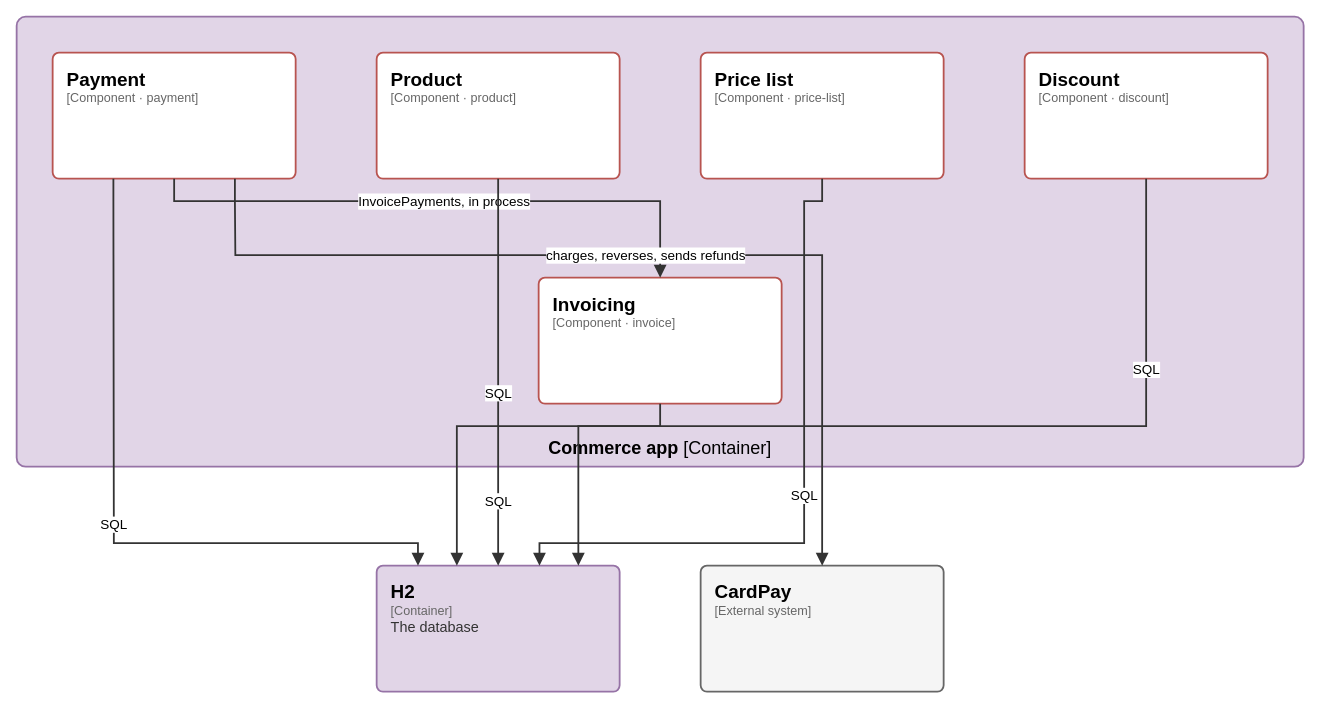
The draw.io diagram page "C4 3 - Components of Commerce app" (3 of 7) of docs/architecture/c4.drawio in elie29/partition-commerce, before the edit. Source tidied: cells renumbered, new cells numbered last; positions are measured from the earlier drawing's top-left corner, leaving out a move shared by most shapes. Both pictures are drawn from the tidied source at 90%, with x=0, y=0 at pixel (16, 16).
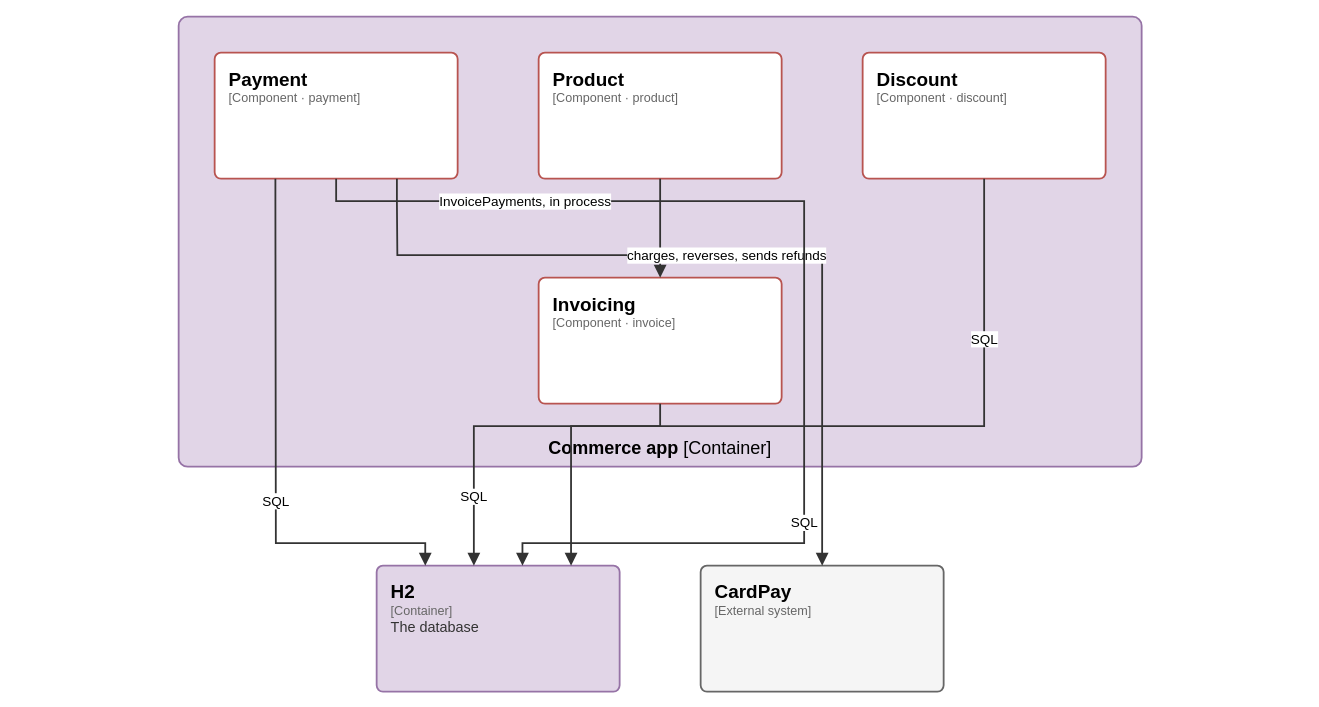
The same page after the edit.

Unchanged cells that the change refers to:
```xml
<mxCell id="3" value="&lt;span style=&quot;font-size:21px;font-weight:600;color:#000000&quot;&gt;Invoicing&lt;/span&gt;&lt;br&gt;&lt;span style=&quot;font-family:IBM Plex Mono;font-size:14px;color:#666666&quot;&gt;[Component · invoice]&lt;/span&gt;" style="rounded=1;absoluteArcSize=1;arcSize=14;html=1;whiteSpace=wrap;fillColor=#ffffff;strokeColor=#b85450;strokeWidth=2;fontFamily=IBM Plex Sans;align=left;verticalAlign=top;spacingLeft=14;spacingRight=10;spacingTop=10;partition=NwpGBdmDzl;" parent="1" vertex="1">
  <mxGeometry x="580" y="290" width="270" height="140" as="geometry" />
</mxCell>
<mxCell id="8" value="&lt;span style=&quot;font-size:21px;font-weight:600;color:#000000&quot;&gt;H2&lt;/span&gt;&lt;br&gt;&lt;span style=&quot;font-family:IBM Plex Mono;font-size:14px;color:#666666&quot;&gt;[Container]&lt;/span&gt;&lt;br&gt;&lt;span style=&quot;font-size:16px;color:#333333;line-height:1.3&quot;&gt;The database&lt;/span&gt;" style="rounded=1;absoluteArcSize=1;arcSize=14;html=1;whiteSpace=wrap;fillColor=#e1d5e7;strokeColor=#9673a6;strokeWidth=2;fontFamily=IBM Plex Sans;align=left;verticalAlign=top;spacingLeft=14;spacingRight=10;spacingTop=10;partition=VhqOdWhMpS;" parent="1" vertex="1">
  <mxGeometry x="400" y="610" width="270" height="140" as="geometry" />
</mxCell>
<mxCell id="9" value="&lt;span style=&quot;font-size:21px;font-weight:600;color:#000000&quot;&gt;CardPay&lt;/span&gt;&lt;br&gt;&lt;span style=&quot;font-family:IBM Plex Mono;font-size:14px;color:#666666&quot;&gt;[External system]&lt;/span&gt;" style="rounded=1;absoluteArcSize=1;arcSize=14;html=1;whiteSpace=wrap;fillColor=#f5f5f5;strokeColor=#666666;strokeWidth=2;fontFamily=IBM Plex Sans;align=left;verticalAlign=top;spacingLeft=14;spacingRight=10;spacingTop=10;partition=R1m1i5lw6r;" parent="1" vertex="1">
  <mxGeometry x="760" y="610" width="270" height="140" as="geometry" />
</mxCell>
```

The edit, as a diff of the source:
```diff
@@
-    <mxCell id="2" value="&lt;b&gt;Commerce app&lt;/b&gt; [Container]" style="rounded=1;absoluteArcSize=1;arcSize=20;html=1;whiteSpace=wrap;fillColor=#e1d5e7;strokeColor=#9673a6;strokeWidth=2;fontFamily=IBM Plex Sans;fontSize=20;verticalAlign=bottom;spacingTop=6;spacingBottom=6;partition=LOdSa2wpjQ;" parent="1" vertex="1">
-      <mxGeometry width="1430" height="500" as="geometry" />
+    <mxCell id="2" value="&lt;b&gt;Commerce app&lt;/b&gt; [Container]" style="rounded=1;absoluteArcSize=1;arcSize=20;html=1;whiteSpace=wrap;fillColor=#e1d5e7;strokeColor=#9673a6;strokeWidth=2;fontFamily=IBM Plex Sans;fontSize=20;verticalAlign=bottom;spacingTop=6;spacingBottom=6;partition=-vGjSmE00T;" parent="1" vertex="1">
+      <mxGeometry x="180" width="1070" height="500" as="geometry" />
     </mxCell>
@@
-    <mxCell id="4" value="&lt;span style=&quot;font-size:21px;font-weight:600;color:#000000&quot;&gt;Payment&lt;/span&gt;&lt;br&gt;&lt;span style=&quot;font-family:IBM Plex Mono;font-size:14px;color:#666666&quot;&gt;[Component · payment]&lt;/span&gt;" style="rounded=1;absoluteArcSize=1;arcSize=14;html=1;whiteSpace=wrap;fillColor=#ffffff;strokeColor=#b85450;strokeWidth=2;fontFamily=IBM Plex Sans;align=left;verticalAlign=top;spacingLeft=14;spacingRight=10;spacingTop=10;partition=IH7OPQwwv5;" parent="1" vertex="1">
-      <mxGeometry x="40" y="40" width="270" height="140" as="geometry" />
+    <mxCell id="4" value="&lt;span style=&quot;font-size:21px;font-weight:600;color:#000000&quot;&gt;Payment&lt;/span&gt;&lt;br&gt;&lt;span style=&quot;font-family:IBM Plex Mono;font-size:14px;color:#666666&quot;&gt;[Component · payment]&lt;/span&gt;" style="rounded=1;absoluteArcSize=1;arcSize=14;html=1;whiteSpace=wrap;fillColor=#ffffff;strokeColor=#b85450;strokeWidth=2;fontFamily=IBM Plex Sans;align=left;verticalAlign=top;spacingLeft=14;spacingRight=10;spacingTop=10;partition=MpiWCou8A7;" parent="1" vertex="1">
+      <mxGeometry x="220" y="40" width="270" height="140" as="geometry" />
     </mxCell>
-    <mxCell id="5" value="&lt;span style=&quot;font-size:21px;font-weight:600;color:#000000&quot;&gt;Product&lt;/span&gt;&lt;br&gt;&lt;span style=&quot;font-family:IBM Plex Mono;font-size:14px;color:#666666&quot;&gt;[Component · product]&lt;/span&gt;" style="rounded=1;absoluteArcSize=1;arcSize=14;html=1;whiteSpace=wrap;fillColor=#ffffff;strokeColor=#b85450;strokeWidth=2;fontFamily=IBM Plex Sans;align=left;verticalAlign=top;spacingLeft=14;spacingRight=10;spacingTop=10;partition=OoiQrNIVBC;" parent="1" vertex="1">
-      <mxGeometry x="400" y="40" width="270" height="140" as="geometry" />
+    <mxCell id="5" value="&lt;span style=&quot;font-size:21px;font-weight:600;color:#000000&quot;&gt;Product&lt;/span&gt;&lt;br&gt;&lt;span style=&quot;font-family:IBM Plex Mono;font-size:14px;color:#666666&quot;&gt;[Component · product]&lt;/span&gt;" style="rounded=1;absoluteArcSize=1;arcSize=14;html=1;whiteSpace=wrap;fillColor=#ffffff;strokeColor=#b85450;strokeWidth=2;fontFamily=IBM Plex Sans;align=left;verticalAlign=top;spacingLeft=14;spacingRight=10;spacingTop=10;partition=rwtB4VHL-5;" parent="1" vertex="1">
+      <mxGeometry x="580" y="40" width="270" height="140" as="geometry" />
     </mxCell>
-    <mxCell id="6" value="&lt;span style=&quot;font-size:21px;font-weight:600;color:#000000&quot;&gt;Price list&lt;/span&gt;&lt;br&gt;&lt;span style=&quot;font-family:IBM Plex Mono;font-size:14px;color:#666666&quot;&gt;[Component · price-list]&lt;/span&gt;" style="rounded=1;absoluteArcSize=1;arcSize=14;html=1;whiteSpace=wrap;fillColor=#ffffff;strokeColor=#b85450;strokeWidth=2;fontFamily=IBM Plex Sans;align=left;verticalAlign=top;spacingLeft=14;spacingRight=10;spacingTop=10;partition=eIuSdzb2dt;" parent="1" vertex="1">
-      <mxGeometry x="760" y="40" width="270" height="140" as="geometry" />
-    </mxCell>
-    <mxCell id="7" value="&lt;span style=&quot;font-size:21px;font-weight:600;color:#000000&quot;&gt;Discount&lt;/span&gt;&lt;br&gt;&lt;span style=&quot;font-family:IBM Plex Mono;font-size:14px;color:#666666&quot;&gt;[Component · discount]&lt;/span&gt;" style="rounded=1;absoluteArcSize=1;arcSize=14;html=1;whiteSpace=wrap;fillColor=#ffffff;strokeColor=#b85450;strokeWidth=2;fontFamily=IBM Plex Sans;align=left;verticalAlign=top;spacingLeft=14;spacingRight=10;spacingTop=10;partition=mqWQE0lV24;" parent="1" vertex="1">
-      <mxGeometry x="1120" y="40" width="270" height="140" as="geometry" />
+    <mxCell id="7" value="&lt;span style=&quot;font-size:21px;font-weight:600;color:#000000&quot;&gt;Discount&lt;/span&gt;&lt;br&gt;&lt;span style=&quot;font-family:IBM Plex Mono;font-size:14px;color:#666666&quot;&gt;[Component · discount]&lt;/span&gt;" style="rounded=1;absoluteArcSize=1;arcSize=14;html=1;whiteSpace=wrap;fillColor=#ffffff;strokeColor=#b85450;strokeWidth=2;fontFamily=IBM Plex Sans;align=left;verticalAlign=top;spacingLeft=14;spacingRight=10;spacingTop=10;partition=0IPpTdDtHd;" parent="1" vertex="1">
+      <mxGeometry x="940" y="40" width="270" height="140" as="geometry" />
     </mxCell>
@@
-    <mxCell id="10" value="SQL" style="edgeStyle=orthogonalEdgeStyle;rounded=0;html=1;endArrow=block;endFill=1;endSize=9;strokeColor=#333333;strokeWidth=2;fontFamily=IBM Plex Sans;fontSize=15;fontColor=#000000;labelBackgroundColor=#FFFFFF;spacing=3;exitX=0.5;exitY=1;exitPerimeter=0;entryX=0.5;entryY=0;entryPerimeter=0;partition=GqR2JiRpH3;" parent="1" edge="1" source="3" target="8">
+    <mxCell id="10" value="SQL" style="edgeStyle=orthogonalEdgeStyle;rounded=0;html=1;endArrow=block;endFill=1;endSize=9;strokeColor=#333333;strokeWidth=2;fontFamily=IBM Plex Sans;fontSize=15;fontColor=#000000;labelBackgroundColor=#FFFFFF;spacing=3;exitX=0.5;exitY=1;exitPerimeter=0;entryX=0.4;entryY=0;entryPerimeter=0;partition=IwNhcftJD9;" parent="1" edge="1" source="3" target="8">
       <mxGeometry x="0.6" relative="1" as="geometry">
         <Array as="points">
           <mxPoint x="715" y="455" />
-          <mxPoint x="535" y="455" />
-          <mxPoint x="535" y="585" />
+          <mxPoint x="508" y="455" />
+          <mxPoint x="508" y="585" />
         </Array>
       </mxGeometry>
     </mxCell>
-    <mxCell id="11" value="InvoicePayments, in process" style="edgeStyle=orthogonalEdgeStyle;rounded=0;html=1;endArrow=block;endFill=1;endSize=9;strokeColor=#333333;strokeWidth=2;fontFamily=IBM Plex Sans;fontSize=15;fontColor=#000000;labelBackgroundColor=#FFFFFF;spacing=3;exitX=0.5;exitY=1;exitPerimeter=0;entryX=0.5;entryY=0;entryPerimeter=0;partition=aQoypFTvJU;" parent="1" edge="1" source="4" target="3">
+    <mxCell id="11" value="InvoicePayments, in process" style="edgeStyle=orthogonalEdgeStyle;rounded=0;html=1;endArrow=block;endFill=1;endSize=9;strokeColor=#333333;strokeWidth=2;fontFamily=IBM Plex Sans;fontSize=15;fontColor=#000000;labelBackgroundColor=#FFFFFF;spacing=3;exitX=0.5;exitY=1;exitPerimeter=0;entryX=0.5;entryY=0;entryPerimeter=0;partition=rWhKiRoJzm;" parent="1" edge="1" source="4" target="3">
       <mxGeometry relative="1" as="geometry">
         <Array as="points">
-          <mxPoint x="175" y="205" />
+          <mxPoint x="355" y="205" />
           <mxPoint x="715" y="205" />
           <mxPoint x="715" y="265" />
         </Array>
       </mxGeometry>
     </mxCell>
-    <mxCell id="12" value="SQL" style="edgeStyle=orthogonalEdgeStyle;rounded=0;html=1;endArrow=block;endFill=1;endSize=9;strokeColor=#333333;strokeWidth=2;fontFamily=IBM Plex Sans;fontSize=15;fontColor=#000000;labelBackgroundColor=#FFFFFF;spacing=3;exitX=0.25;exitY=1;exitPerimeter=0;entryX=0.17;entryY=0;entryPerimeter=0;partition=DlZJtZwvbd;" parent="1" edge="1" source="4" target="8">
-      <mxGeometry relative="1" as="geometry">
+    <mxCell id="12" value="SQL" style="edgeStyle=orthogonalEdgeStyle;rounded=0;html=1;endArrow=block;endFill=1;endSize=9;strokeColor=#333333;strokeWidth=2;fontFamily=IBM Plex Sans;fontSize=15;fontColor=#000000;labelBackgroundColor=#FFFFFF;spacing=3;exitX=0.25;exitY=1;exitPerimeter=0;entryX=0.2;entryY=0;entryPerimeter=0;partition=qxlWrTsdIg;" parent="1" edge="1" source="4" target="8">
+      <mxGeometry x="0.2" relative="1" as="geometry">
         <Array as="points">
-          <mxPoint x="108" y="205" />
-          <mxPoint x="108" y="585" />
-          <mxPoint x="446" y="585" />
+          <mxPoint x="288" y="205" />
+          <mxPoint x="288" y="585" />
+          <mxPoint x="454" y="585" />
         </Array>
       </mxGeometry>
     </mxCell>
-    <mxCell id="13" value="charges, reverses, sends refunds" style="edgeStyle=orthogonalEdgeStyle;rounded=0;html=1;endArrow=block;endFill=1;endSize=9;strokeColor=#333333;strokeWidth=2;fontFamily=IBM Plex Sans;fontSize=15;fontColor=#000000;labelBackgroundColor=#FFFFFF;spacing=3;exitX=0.75;exitY=1;exitPerimeter=0;entryX=0.5;entryY=0;entryPerimeter=0;partition=KH99XsB0Mf;" parent="1" edge="1" source="4" target="9">
+    <mxCell id="13" value="charges, reverses, sends refunds" style="edgeStyle=orthogonalEdgeStyle;rounded=0;html=1;endArrow=block;endFill=1;endSize=9;strokeColor=#333333;strokeWidth=2;fontFamily=IBM Plex Sans;fontSize=15;fontColor=#000000;labelBackgroundColor=#FFFFFF;spacing=3;exitX=0.75;exitY=1;exitPerimeter=0;entryX=0.5;entryY=0;entryPerimeter=0;partition=uNFNKJ1G9t;" parent="1" edge="1" source="4" target="9">
       <mxGeometry relative="1" as="geometry">
         <Array as="points">
-          <mxPoint x="243" y="205" />
-          <mxPoint x="243" y="265" />
+          <mxPoint x="423" y="205" />
+          <mxPoint x="423" y="265" />
           <mxPoint x="895" y="265" />
           <mxPoint x="895" y="585" />
         </Array>
       </mxGeometry>
     </mxCell>
-    <mxCell id="14" value="SQL" style="edgeStyle=orthogonalEdgeStyle;rounded=0;html=1;endArrow=block;endFill=1;endSize=9;strokeColor=#333333;strokeWidth=2;fontFamily=IBM Plex Sans;fontSize=15;fontColor=#000000;labelBackgroundColor=#FFFFFF;spacing=3;exitX=0.5;exitY=1;exitPerimeter=0;entryX=0.33;entryY=0;entryPerimeter=0;partition=9X6RPaj7Vx;" parent="1" edge="1" source="5" target="8">
-      <mxGeometry relative="1" as="geometry">
+    <mxCell id="14" value="SQL" style="edgeStyle=orthogonalEdgeStyle;rounded=0;html=1;endArrow=block;endFill=1;endSize=9;strokeColor=#333333;strokeWidth=2;fontFamily=IBM Plex Sans;fontSize=15;fontColor=#000000;labelBackgroundColor=#FFFFFF;spacing=3;exitX=0.5;exitY=1;exitPerimeter=0;entryX=0.6;entryY=0;entryPerimeter=0;partition=BJV036VgVb;" parent="1" edge="1" source="5" target="8">
+      <mxGeometry x="0.2" relative="1" as="geometry">
         <Array as="points">
-          <mxPoint x="535" y="205" />
-          <mxPoint x="535" y="455" />
-          <mxPoint x="489" y="455" />
-          <mxPoint x="489" y="585" />
+          <mxPoint x="715" y="205" />
+          <mxPoint x="875" y="205" />
+          <mxPoint x="875" y="585" />
+          <mxPoint x="562" y="585" />
         </Array>
       </mxGeometry>
     </mxCell>
-    <mxCell id="15" value="SQL" style="edgeStyle=orthogonalEdgeStyle;rounded=0;html=1;endArrow=block;endFill=1;endSize=9;strokeColor=#333333;strokeWidth=2;fontFamily=IBM Plex Sans;fontSize=15;fontColor=#000000;labelBackgroundColor=#FFFFFF;spacing=3;exitX=0.5;exitY=1;exitPerimeter=0;entryX=0.67;entryY=0;entryPerimeter=0;partition=A7O_VUyUBz;" parent="1" edge="1" source="6" target="8">
-      <mxGeometry relative="1" as="geometry">
-        <Array as="points">
-          <mxPoint x="895" y="205" />
-          <mxPoint x="875" y="205" />
-          <mxPoint x="875" y="585" />
-          <mxPoint x="581" y="585" />
-        </Array>
-      </mxGeometry>
-    </mxCell>
-    <mxCell id="16" value="SQL" style="edgeStyle=orthogonalEdgeStyle;rounded=0;html=1;endArrow=block;endFill=1;endSize=9;strokeColor=#333333;strokeWidth=2;fontFamily=IBM Plex Sans;fontSize=15;fontColor=#000000;labelBackgroundColor=#FFFFFF;spacing=3;exitX=0.5;exitY=1;exitPerimeter=0;entryX=0.83;entryY=0;entryPerimeter=0;partition=-8sQjn1q-H;" parent="1" edge="1" source="7" target="8">
+    <mxCell id="16" value="SQL" style="edgeStyle=orthogonalEdgeStyle;rounded=0;html=1;endArrow=block;endFill=1;endSize=9;strokeColor=#333333;strokeWidth=2;fontFamily=IBM Plex Sans;fontSize=15;fontColor=#000000;labelBackgroundColor=#FFFFFF;spacing=3;exitX=0.5;exitY=1;exitPerimeter=0;entryX=0.8;entryY=0;entryPerimeter=0;partition=luHR0haftd;" parent="1" edge="1" source="7" target="8">
       <mxGeometry x="-0.6" relative="1" as="geometry">
         <Array as="points">
-          <mxPoint x="1255" y="205" />
-          <mxPoint x="1255" y="455" />
-          <mxPoint x="624" y="455" />
-          <mxPoint x="624" y="585" />
+          <mxPoint x="1075" y="205" />
+          <mxPoint x="1075" y="455" />
+          <mxPoint x="616" y="455" />
+          <mxPoint x="616" y="585" />
         </Array>
       </mxGeometry>
     </mxCell>
```
